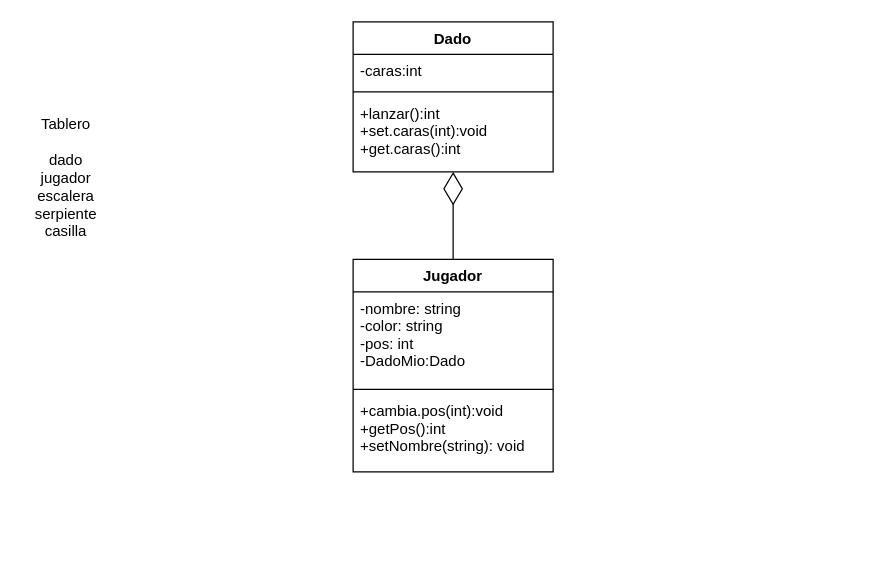
Earlier version of the draw.io diagram clase5/syc.drawio (A01751729/Clase-de-cpp). Source tidied: cells renumbered, new cells numbered last; positions are measured from the earlier drawing's top-left corner, leaving out a move shared by most shapes. Both pictures are drawn from the tidied source at 125%, with x=0, y=0 at pixel (21, 21).
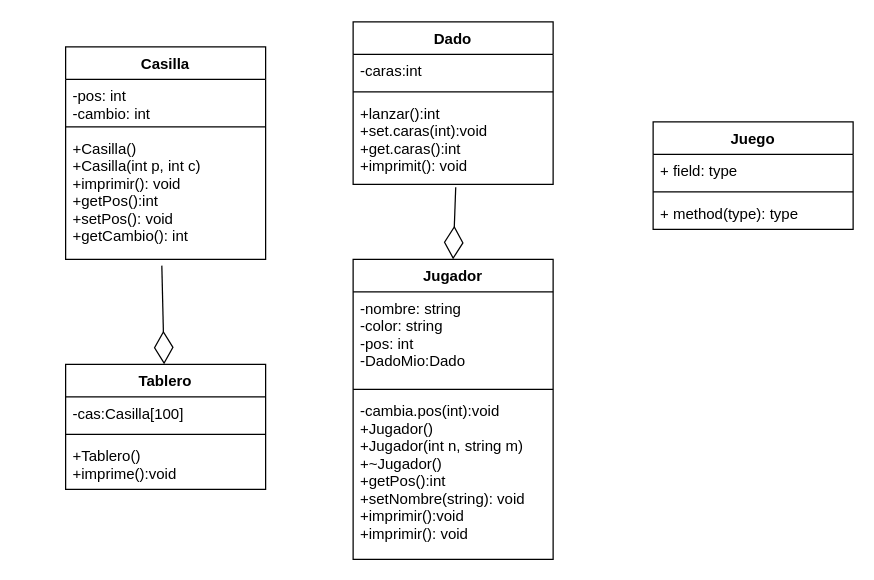
The same diagram, later.

Commit message (it also covers changes not shown here):
syc con tablero y casilla

The edit, as a diff of the source:
```diff
@@
-    <mxCell id="2" value="Tablero&lt;br&gt;&lt;br&gt;dado&lt;br&gt;jugador&lt;br&gt;escalera&lt;br&gt;serpiente&lt;br&gt;casilla&lt;br&gt;" style="text;html=1;align=center;verticalAlign=middle;strokeColor=none;fillColor=none;" parent="1" vertex="1">
-      <mxGeometry y="70" width="70" height="110" as="geometry" />
-    </mxCell>
     <mxCell id="3" value="Dado" style="swimlane;fontStyle=1;align=center;verticalAlign=top;horizontal=1;startSize=26;" parent="1" vertex="1">
-      <mxGeometry x="265" width="160" height="120" as="geometry" />
+      <mxGeometry x="265" width="160" height="130" as="geometry" />
     </mxCell>
@@
-    <mxCell id="6" value="+lanzar():int&#10;+set.caras(int):void&#10;+get.caras():int" style="text;strokeColor=none;fillColor=none;align=left;verticalAlign=top;spacingLeft=4;spacingRight=4;overflow=hidden;points=[[0,0.5],[1,0.5]];portConstraint=eastwest;" parent="3" vertex="1">
-      <mxGeometry y="60" width="160" height="60" as="geometry" />
+    <mxCell id="6" value="+lanzar():int&#10;+set.caras(int):void&#10;+get.caras():int&#10;+imprimit(): void" style="text;strokeColor=none;fillColor=none;align=left;verticalAlign=top;spacingLeft=4;spacingRight=4;overflow=hidden;points=[[0,0.5],[1,0.5]];portConstraint=eastwest;" parent="3" vertex="1">
+      <mxGeometry y="60" width="160" height="70" as="geometry" />
     </mxCell>
     <mxCell id="7" value="Jugador" style="swimlane;fontStyle=1;align=center;verticalAlign=top;horizontal=1;startSize=26;" parent="1" vertex="1">
-      <mxGeometry x="265" y="190" width="160" height="170" as="geometry" />
+      <mxGeometry x="265" y="190" width="160" height="240" as="geometry" />
     </mxCell>
-    <mxCell id="8" style="endArrow=diamondThin;endFill=0;endSize=24;html=1;" parent="7" edge="1">
-      <mxGeometry relative="1" as="geometry">
-        <mxPoint x="80" as="sourcePoint" />
-        <mxPoint x="80" y="-70" as="targetPoint" />
-      </mxGeometry>
-    </mxCell>
@@
-    <mxCell id="11" value="+cambia.pos(int):void&#10;+getPos():int&#10;+setNombre(string): void" style="text;strokeColor=none;fillColor=none;align=left;verticalAlign=top;spacingLeft=4;spacingRight=4;overflow=hidden;" parent="7" vertex="1">
-      <mxGeometry y="108" width="160" height="62" as="geometry" />
+    <mxCell id="11" value="-cambia.pos(int):void&#10;+Jugador()&#10;+Jugador(int n, string m)&#10;+~Jugador()&#10;+getPos():int&#10;+setNombre(string): void&#10;+imprimir():void&#10;+imprimir(): void" style="text;strokeColor=none;fillColor=none;align=left;verticalAlign=top;spacingLeft=4;spacingRight=4;overflow=hidden;" parent="7" vertex="1">
+      <mxGeometry y="108" width="160" height="132" as="geometry" />
     </mxCell>
+    <mxCell id="12" value="Casilla" style="swimlane;fontStyle=1;align=center;verticalAlign=top;horizontal=1;startSize=26;" parent="1" vertex="1">
+      <mxGeometry x="35" y="20" width="160" height="170" as="geometry" />
+    </mxCell>
+    <mxCell id="13" value="-pos: int&#10;-cambio: int" style="text;strokeColor=none;fillColor=none;align=left;verticalAlign=top;spacingLeft=4;spacingRight=4;overflow=hidden;" parent="12" vertex="1">
+      <mxGeometry y="26" width="160" height="34" as="geometry" />
+    </mxCell>
+    <mxCell id="14" style="line;strokeWidth=1;fillColor=none;align=left;verticalAlign=middle;spacingTop=-1;spacingLeft=3;spacingRight=3;labelPosition=right;strokeColor=inherit;" parent="12" vertex="1">
+      <mxGeometry y="60" width="160" height="8" as="geometry" />
+    </mxCell>
+    <mxCell id="15" value="+Casilla()&#10;+Casilla(int p, int c)&#10;+imprimir(): void&#10;+getPos():int&#10;+setPos(): void&#10;+getCambio(): int" style="text;strokeColor=none;fillColor=none;align=left;verticalAlign=top;spacingLeft=4;spacingRight=4;overflow=hidden;points=[[0,0.5],[1,0.5]];portConstraint=eastwest;" parent="12" vertex="1">
+      <mxGeometry y="68" width="160" height="102" as="geometry" />
+    </mxCell>
+    <mxCell id="8" style="endArrow=diamondThin;endFill=0;endSize=24;html=1;entryX=0.5;entryY=0;entryDx=0;entryDy=0;exitX=0.513;exitY=1.033;exitDx=0;exitDy=0;exitPerimeter=0;" parent="1" edge="1" source="6" target="7">
+      <mxGeometry relative="1" as="geometry" />
+    </mxCell>
+    <mxCell id="16" value="Tablero" style="swimlane;fontStyle=1;align=center;verticalAlign=top;horizontal=1;startSize=26;" parent="1" vertex="1">
+      <mxGeometry x="35" y="274" width="160" height="100" as="geometry" />
+    </mxCell>
+    <mxCell id="17" value="-cas:Casilla[100]" style="text;strokeColor=none;fillColor=none;align=left;verticalAlign=top;spacingLeft=4;spacingRight=4;overflow=hidden;" parent="16" vertex="1">
+      <mxGeometry y="26" width="160" height="26" as="geometry" />
+    </mxCell>
+    <mxCell id="18" style="line;strokeWidth=1;fillColor=none;align=left;verticalAlign=middle;spacingTop=-1;spacingLeft=3;spacingRight=3;labelPosition=right;strokeColor=inherit;" parent="16" vertex="1">
+      <mxGeometry y="52" width="160" height="8" as="geometry" />
+    </mxCell>
+    <mxCell id="19" value="+Tablero()&#10;+imprime():void" style="text;strokeColor=none;fillColor=none;align=left;verticalAlign=top;spacingLeft=4;spacingRight=4;overflow=hidden;" parent="16" vertex="1">
+      <mxGeometry y="60" width="160" height="40" as="geometry" />
+    </mxCell>
+    <mxCell id="20" style="endArrow=diamondThin;endFill=0;endSize=24;html=1;exitX=0.481;exitY=1.049;exitDx=0;exitDy=0;exitPerimeter=0;" parent="1" edge="1" source="15" target="16">
+      <mxGeometry relative="1" as="geometry" />
+    </mxCell>
+    <mxCell id="21" value="Juego" style="swimlane;fontStyle=1;align=center;verticalAlign=top;horizontal=1;startSize=26;" parent="1" vertex="1">
+      <mxGeometry x="505" y="80" width="160" height="86" as="geometry" />
+    </mxCell>
+    <mxCell id="22" value="+ field: type" style="text;strokeColor=none;fillColor=none;align=left;verticalAlign=top;spacingLeft=4;spacingRight=4;overflow=hidden;" parent="21" vertex="1">
+      <mxGeometry y="26" width="160" height="26" as="geometry" />
+    </mxCell>
+    <mxCell id="23" style="line;strokeWidth=1;fillColor=none;align=left;verticalAlign=middle;spacingTop=-1;spacingLeft=3;spacingRight=3;labelPosition=right;strokeColor=inherit;" parent="21" vertex="1">
+      <mxGeometry y="52" width="160" height="8" as="geometry" />
+    </mxCell>
+    <mxCell id="24" value="+ method(type): type" style="text;strokeColor=none;fillColor=none;align=left;verticalAlign=top;spacingLeft=4;spacingRight=4;overflow=hidden;" parent="21" vertex="1">
+      <mxGeometry y="60" width="160" height="26" as="geometry" />
+    </mxCell>
```
